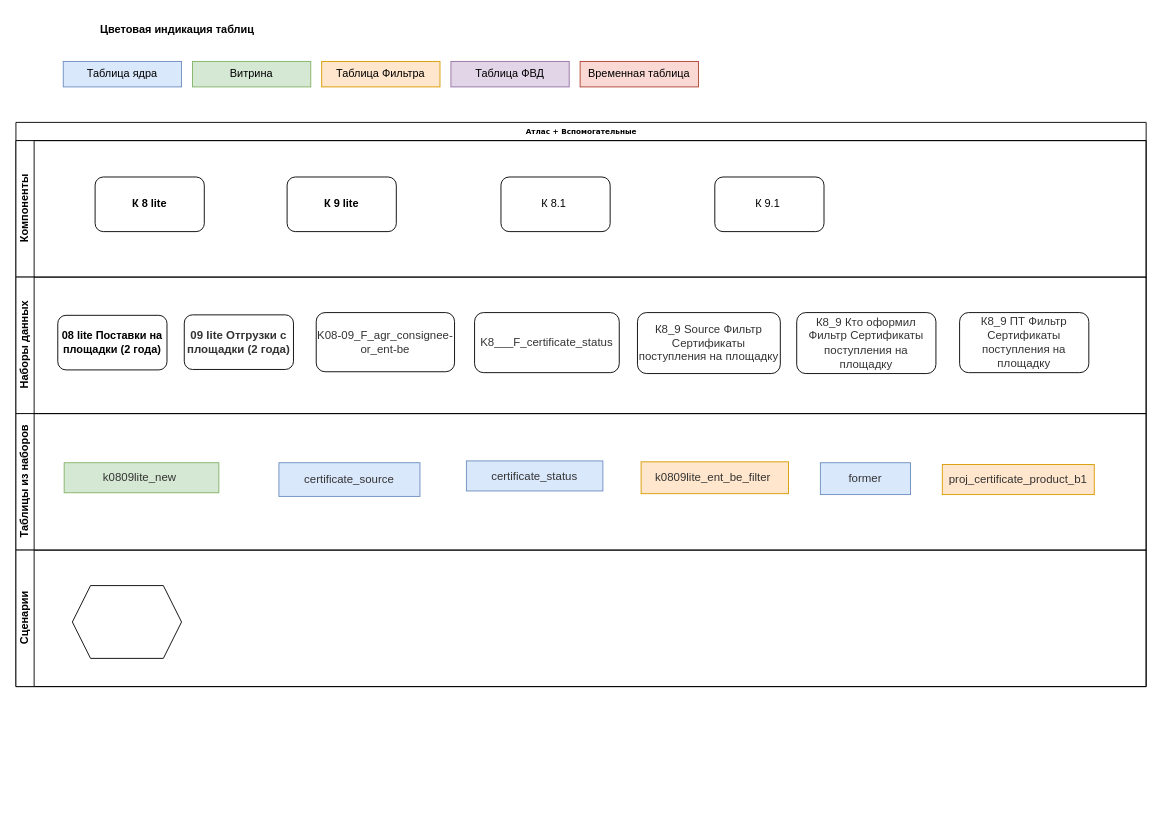
alabama-user-67/draw_io keeps this draw.io diagram as page "Блок Атлас" (4 of 4) of DEV_RSHN.drawio. Above is the earlier version. Source tidied: cells renumbered, new cells numbered last; positions are measured from the earlier drawing's top-left corner, leaving out a move shared by most shapes. Both pictures are drawn from the tidied source at 91%, with x=0, y=0 at pixel (15, 15).
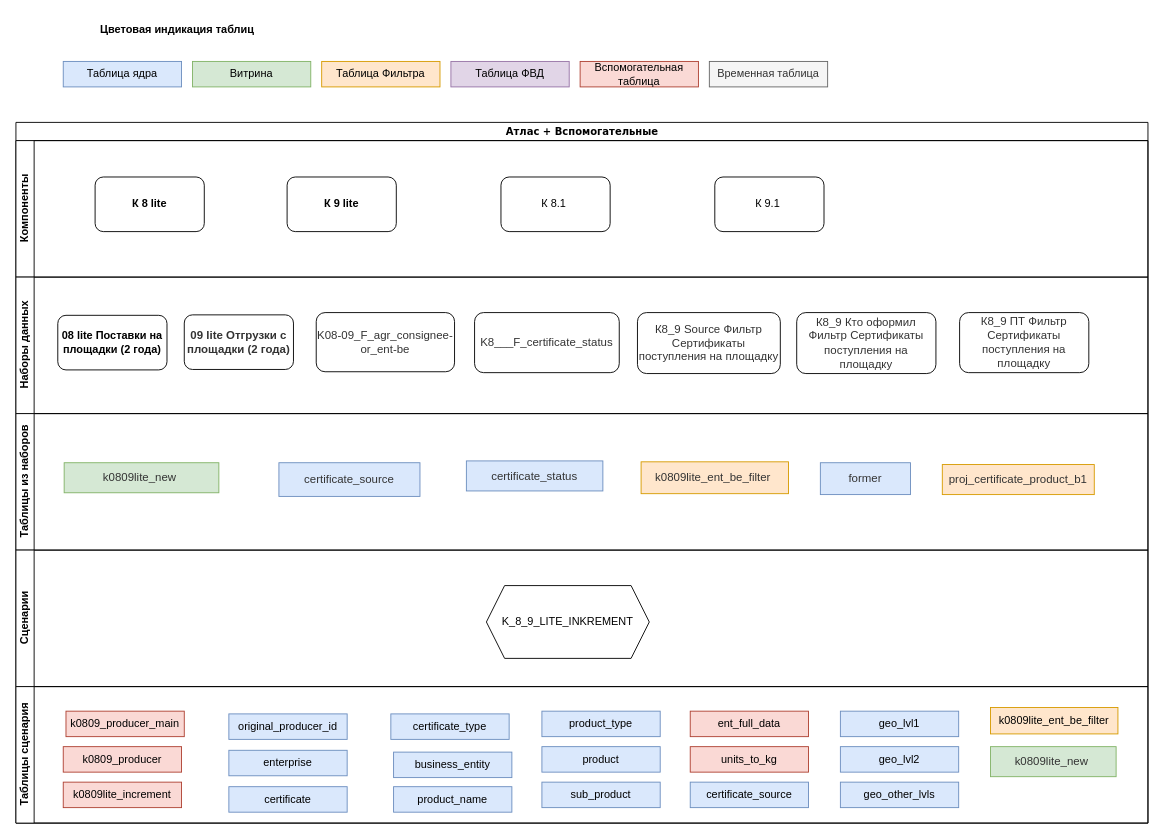
The same diagram, later.

Commit message (it also covers changes not shown here):
Блок атлас описан

The edit, as a diff of the source:
```diff
@@
-    <mxCell id="2" value="Атлас + Вспомогательные" style="swimlane;html=1;horizontal=1;startSize=20;rounded=0;shadow=0;labelBackgroundColor=none;strokeWidth=1;fontFamily=Verdana;fontSize=8;align=center;" parent="1" vertex="1">
-      <mxGeometry y="117" width="1242" height="620" as="geometry" />
+    <mxCell id="2" value="&lt;font style=&quot;font-size: 11px;&quot;&gt;Атлас + Вспомогательные&lt;/font&gt;" style="swimlane;html=1;horizontal=1;startSize=20;rounded=0;shadow=0;labelBackgroundColor=none;strokeWidth=1;fontFamily=Verdana;fontSize=8;align=center;" parent="1" vertex="1">
+      <mxGeometry y="117" width="1244" height="770" as="geometry" />
     </mxCell>
     <mxCell id="3" value="Компоненты" style="swimlane;html=1;startSize=20;horizontal=0;" parent="2" vertex="1">
-      <mxGeometry y="20" width="1242" height="150" as="geometry" />
+      <mxGeometry y="20" width="1244" height="150" as="geometry" />
     </mxCell>
@@
     <mxCell id="8" value="Наборы данных" style="swimlane;html=1;startSize=20;horizontal=0;" parent="2" vertex="1">
-      <mxGeometry y="170" width="1242" height="150" as="geometry" />
+      <mxGeometry y="170" width="1244" height="150" as="geometry" />
     </mxCell>
@@
     <mxCell id="16" value="Таблицы из наборов" style="swimlane;html=1;startSize=20;horizontal=0;" parent="2" vertex="1">
-      <mxGeometry y="320" width="1242" height="150" as="geometry" />
+      <mxGeometry y="320" width="1244" height="150" as="geometry" />
     </mxCell>
@@
+    <mxCell id="25" value="No" style="edgeStyle=orthogonalEdgeStyle;rounded=0;html=1;labelBackgroundColor=none;startArrow=none;startFill=0;startSize=5;endArrow=classicThin;endFill=1;endSize=5;jettySize=auto;orthogonalLoop=1;strokeWidth=1;fontFamily=Verdana;fontSize=8;" parent="2" edge="1">
+      <mxGeometry x="-0.95" y="15" relative="1" as="geometry">
+        <mxPoint x="155" y="257" as="targetPoint" />
+        <Array as="points">
+          <mxPoint x="345" y="440" />
+          <mxPoint x="155" y="440" />
+        </Array>
+      </mxGeometry>
+    </mxCell>
+    <mxCell id="32" value="Сценарии" style="swimlane;html=1;startSize=20;horizontal=0;" parent="2" vertex="1">
+      <mxGeometry y="470" width="1244" height="150" as="geometry" />
+    </mxCell>
+    <mxCell id="33" value="K_8_9_LITE_INKREMENT" style="shape=hexagon;perimeter=hexagonPerimeter2;whiteSpace=wrap;html=1;fixedSize=1;" parent="32" vertex="1">
+      <mxGeometry x="517" y="39" width="179" height="80" as="geometry" />
+    </mxCell>
-    <mxCell id="23" value="Сценарии" style="swimlane;html=1;startSize=20;horizontal=0;" parent="2" vertex="1">
-      <mxGeometry y="470" width="1242" height="150" as="geometry" />
+    <mxCell id="23" value="Таблицы сценария" style="swimlane;html=1;startSize=20;horizontal=0;" parent="2" vertex="1">
+      <mxGeometry y="620" width="1244" height="150" as="geometry" />
     </mxCell>
-    <mxCell id="24" style="shape=hexagon;perimeter=hexagonPerimeter2;whiteSpace=wrap;html=1;fixedSize=1;" parent="23" vertex="1">
-      <mxGeometry x="62" y="39" width="120" height="80" as="geometry" />
-    </mxCell>
-    <mxCell id="25" value="No" style="edgeStyle=orthogonalEdgeStyle;rounded=0;html=1;labelBackgroundColor=none;startArrow=none;startFill=0;startSize=5;endArrow=classicThin;endFill=1;endSize=5;jettySize=auto;orthogonalLoop=1;strokeWidth=1;fontFamily=Verdana;fontSize=8;" parent="2" edge="1">
-      <mxGeometry x="-0.95" y="15" relative="1" as="geometry">
-        <mxPoint x="155" y="257" as="targetPoint" />
-        <Array as="points">
-          <mxPoint x="345" y="440" />
-          <mxPoint x="155" y="440" />
-        </Array>
-      </mxGeometry>
-    </mxCell>
+    <mxCell id="34" value="k0809_producer" style="rounded=0;whiteSpace=wrap;html=1;fillColor=#fad9d5;strokeColor=#ae4132;" parent="23" vertex="1">
+      <mxGeometry x="52" y="66" width="130" height="28" as="geometry" />
+    </mxCell>
+    <mxCell id="35" value="original_producer_id" style="rounded=0;whiteSpace=wrap;html=1;labelBackgroundColor=none;fillColor=#dae8fc;strokeColor=#6c8ebf;" parent="23" vertex="1">
+      <mxGeometry x="234" y="30" width="130" height="28" as="geometry" />
+    </mxCell>
+    <mxCell id="36" value="enterprise" style="rounded=0;whiteSpace=wrap;html=1;labelBackgroundColor=none;fillColor=#dae8fc;strokeColor=#6c8ebf;" parent="23" vertex="1">
+      <mxGeometry x="234" y="70" width="130" height="28" as="geometry" />
+    </mxCell>
+    <mxCell id="37" value="k0809lite_increment" style="rounded=0;whiteSpace=wrap;html=1;fillColor=#fad9d5;strokeColor=#ae4132;" parent="23" vertex="1">
+      <mxGeometry x="52" y="105" width="130" height="28" as="geometry" />
+    </mxCell>
+    <mxCell id="38" value="k0809_producer_main" style="rounded=0;whiteSpace=wrap;html=1;fillColor=#fad9d5;strokeColor=#ae4132;" parent="23" vertex="1">
+      <mxGeometry x="55" y="27" width="130" height="28" as="geometry" />
+    </mxCell>
+    <mxCell id="39" value="certificate" style="rounded=0;whiteSpace=wrap;html=1;labelBackgroundColor=none;fillColor=#dae8fc;strokeColor=#6c8ebf;" parent="23" vertex="1">
+      <mxGeometry x="234" y="110" width="130" height="28" as="geometry" />
+    </mxCell>
+    <mxCell id="40" value="certificate_type" style="rounded=0;whiteSpace=wrap;html=1;labelBackgroundColor=none;fillColor=#dae8fc;strokeColor=#6c8ebf;" parent="23" vertex="1">
+      <mxGeometry x="412" y="30" width="130" height="28" as="geometry" />
+    </mxCell>
+    <mxCell id="41" value="product_type" style="rounded=0;whiteSpace=wrap;html=1;labelBackgroundColor=none;fillColor=#dae8fc;strokeColor=#6c8ebf;" parent="23" vertex="1">
+      <mxGeometry x="578" y="27" width="130" height="28" as="geometry" />
+    </mxCell>
+    <mxCell id="42" value="product" style="rounded=0;whiteSpace=wrap;html=1;labelBackgroundColor=none;fillColor=#dae8fc;strokeColor=#6c8ebf;" parent="23" vertex="1">
+      <mxGeometry x="578" y="66" width="130" height="28" as="geometry" />
+    </mxCell>
+    <mxCell id="43" value="sub_product" style="rounded=0;whiteSpace=wrap;html=1;labelBackgroundColor=none;fillColor=#dae8fc;strokeColor=#6c8ebf;" parent="23" vertex="1">
+      <mxGeometry x="578" y="105" width="130" height="28" as="geometry" />
+    </mxCell>
+    <mxCell id="44" value="product_name" style="rounded=0;whiteSpace=wrap;html=1;labelBackgroundColor=none;fillColor=#dae8fc;strokeColor=#6c8ebf;" parent="23" vertex="1">
+      <mxGeometry x="415" y="110" width="130" height="28" as="geometry" />
+    </mxCell>
+    <mxCell id="45" value="business_entity" style="rounded=0;whiteSpace=wrap;html=1;labelBackgroundColor=none;fillColor=#dae8fc;strokeColor=#6c8ebf;" parent="23" vertex="1">
+      <mxGeometry x="415" y="72" width="130" height="28" as="geometry" />
+    </mxCell>
+    <mxCell id="46" value="ent_full_data" style="rounded=0;whiteSpace=wrap;html=1;fillColor=#fad9d5;strokeColor=#ae4132;" parent="23" vertex="1">
+      <mxGeometry x="741" y="27" width="130" height="28" as="geometry" />
+    </mxCell>
+    <mxCell id="47" value="units_to_kg" style="rounded=0;whiteSpace=wrap;html=1;fillColor=#fad9d5;strokeColor=#ae4132;" parent="23" vertex="1">
+      <mxGeometry x="741" y="66" width="130" height="28" as="geometry" />
+    </mxCell>
+    <mxCell id="48" value="certificate_source" style="rounded=0;whiteSpace=wrap;html=1;labelBackgroundColor=none;fillColor=#dae8fc;strokeColor=#6c8ebf;" parent="23" vertex="1">
+      <mxGeometry x="741" y="105" width="130" height="28" as="geometry" />
+    </mxCell>
+    <mxCell id="49" value="geo_lvl1" style="rounded=0;whiteSpace=wrap;html=1;labelBackgroundColor=none;fillColor=#dae8fc;strokeColor=#6c8ebf;" parent="23" vertex="1">
+      <mxGeometry x="906" y="27" width="130" height="28" as="geometry" />
+    </mxCell>
+    <mxCell id="50" value="geo_lvl2" style="rounded=0;whiteSpace=wrap;html=1;labelBackgroundColor=none;fillColor=#dae8fc;strokeColor=#6c8ebf;" parent="23" vertex="1">
+      <mxGeometry x="906" y="66" width="130" height="28" as="geometry" />
+    </mxCell>
+    <mxCell id="51" value="geo_other_lvls" style="rounded=0;whiteSpace=wrap;html=1;labelBackgroundColor=none;fillColor=#dae8fc;strokeColor=#6c8ebf;" parent="23" vertex="1">
+      <mxGeometry x="906" y="105" width="130" height="28" as="geometry" />
+    </mxCell>
+    <mxCell id="52" value="k0809lite_ent_be_filter" style="rounded=0;whiteSpace=wrap;html=1;fillColor=#ffe6cc;strokeColor=#d79b00;" parent="23" vertex="1">
+      <mxGeometry x="1071" y="23" width="140" height="29" as="geometry" />
+    </mxCell>
+    <mxCell id="53" value="&lt;span style=&quot;color: rgb(51, 51, 51); font-family: Arial, Verdana, &amp;quot;Helvetica CY&amp;quot;, &amp;quot;Geneva CY&amp;quot;, sans-serif; font-size: 12.6px; text-align: left;&quot;&gt;k0809lite_new&amp;nbsp;&lt;/span&gt;" style="rounded=0;whiteSpace=wrap;html=1;fillColor=#d5e8d4;strokeColor=#82b366;" parent="23" vertex="1">
+      <mxGeometry x="1071" y="66" width="138" height="33" as="geometry" />
+    </mxCell>
@@
-    <mxCell id="31" value="Временная таблица" style="rounded=0;whiteSpace=wrap;html=1;fillColor=#fad9d5;strokeColor=#ae4132;" parent="1" vertex="1">
+    <mxCell id="31" value="Вспомогательная таблица" style="rounded=0;whiteSpace=wrap;html=1;fillColor=#fad9d5;strokeColor=#ae4132;" parent="1" vertex="1">
       <mxGeometry x="620" y="50" width="130" height="28" as="geometry" />
     </mxCell>
+    <mxCell id="54" value="Временная таблица" style="rounded=0;whiteSpace=wrap;html=1;fillColor=#f5f5f5;strokeColor=#666666;fontColor=#333333;" parent="1" vertex="1">
+      <mxGeometry x="762" y="50" width="130" height="28" as="geometry" />
+    </mxCell>
```
